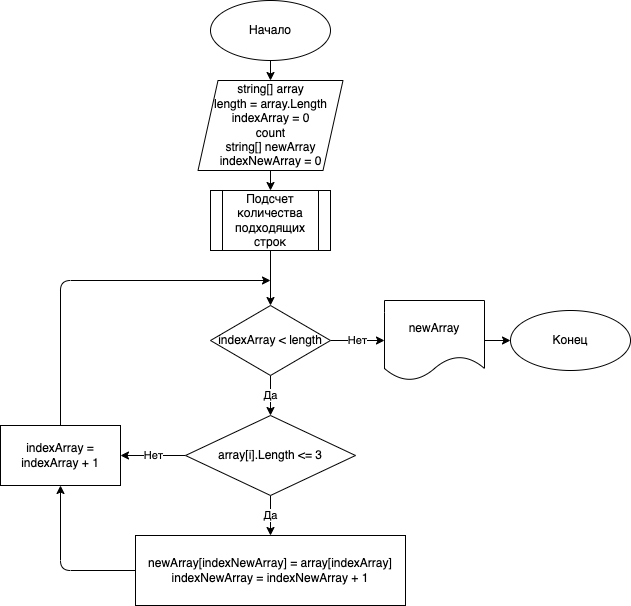
Above: algorithm.drawio.png in GlazkovaMarina/SumTask (draw.io), before the change. Source tidied: cells renumbered, new cells last; positions are measured from the earlier drawing's top-left corner, leaving out a move shared by most shapes.
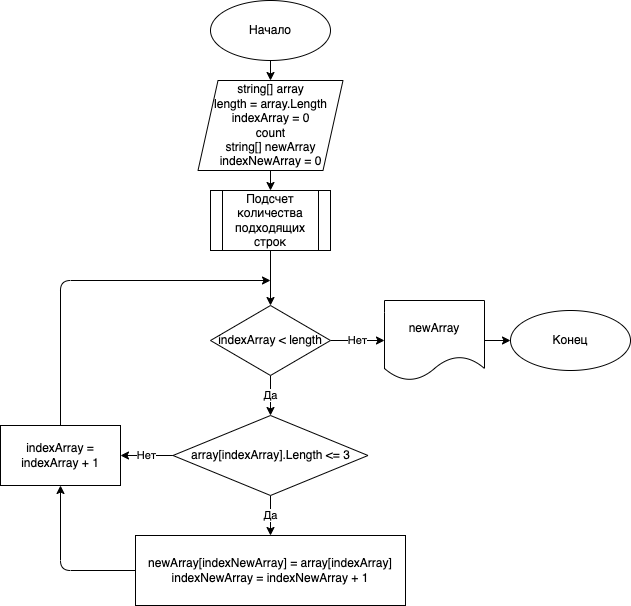
Later version of the same file.

Commit message:
Исправление описки в схеме алгоритма

Change to the diagram source:
```diff
@@ -33,8 +33,8 @@
         <mxPoint x="270" y="535" as="targetPoint" />
       </mxGeometry>
     </mxCell>
-    <mxCell id="11" value="array[i].Length &amp;lt;= 3" style="rhombus;whiteSpace=wrap;html=1;" parent="1" vertex="1">
-      <mxGeometry x="185" y="415" width="170" height="80" as="geometry" />
+    <mxCell id="11" value="array[indexArray].Length &amp;lt;= 3" style="rhombus;whiteSpace=wrap;html=1;" parent="1" vertex="1">
+      <mxGeometry x="172.5" y="415" width="195" height="80" as="geometry" />
     </mxCell>
     <mxCell id="12" style="edgeStyle=none;html=1;exitX=0;exitY=0.5;exitDx=0;exitDy=0;entryX=0.5;entryY=1;entryDx=0;entryDy=0;" parent="1" edge="1" source="13" target="15">
       <mxGeometry relative="1" as="geometry">
```
